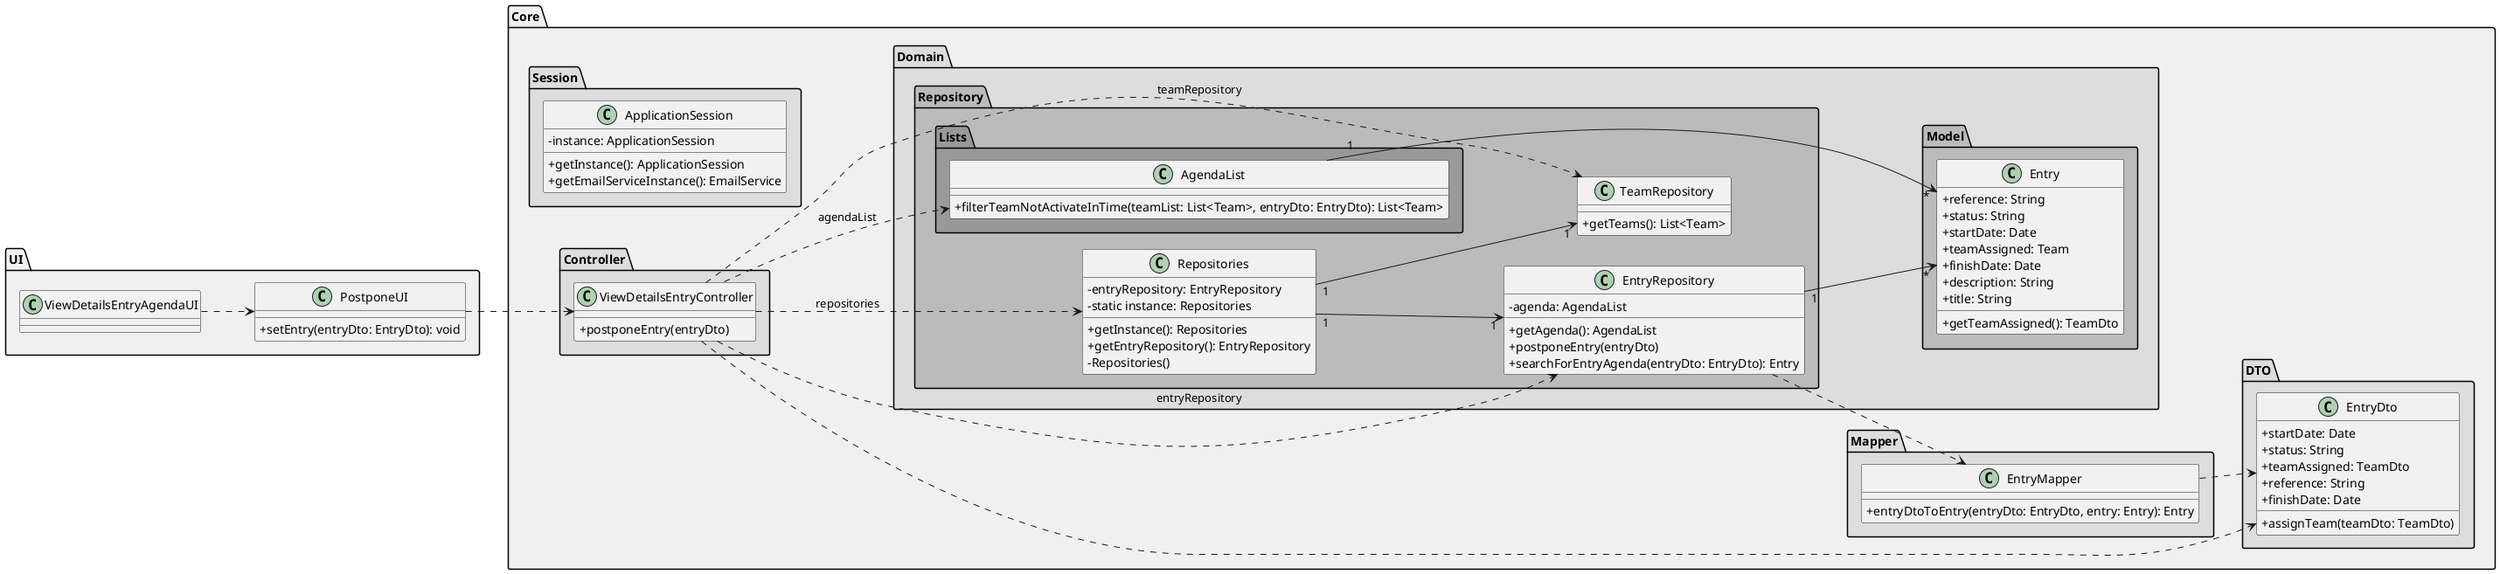
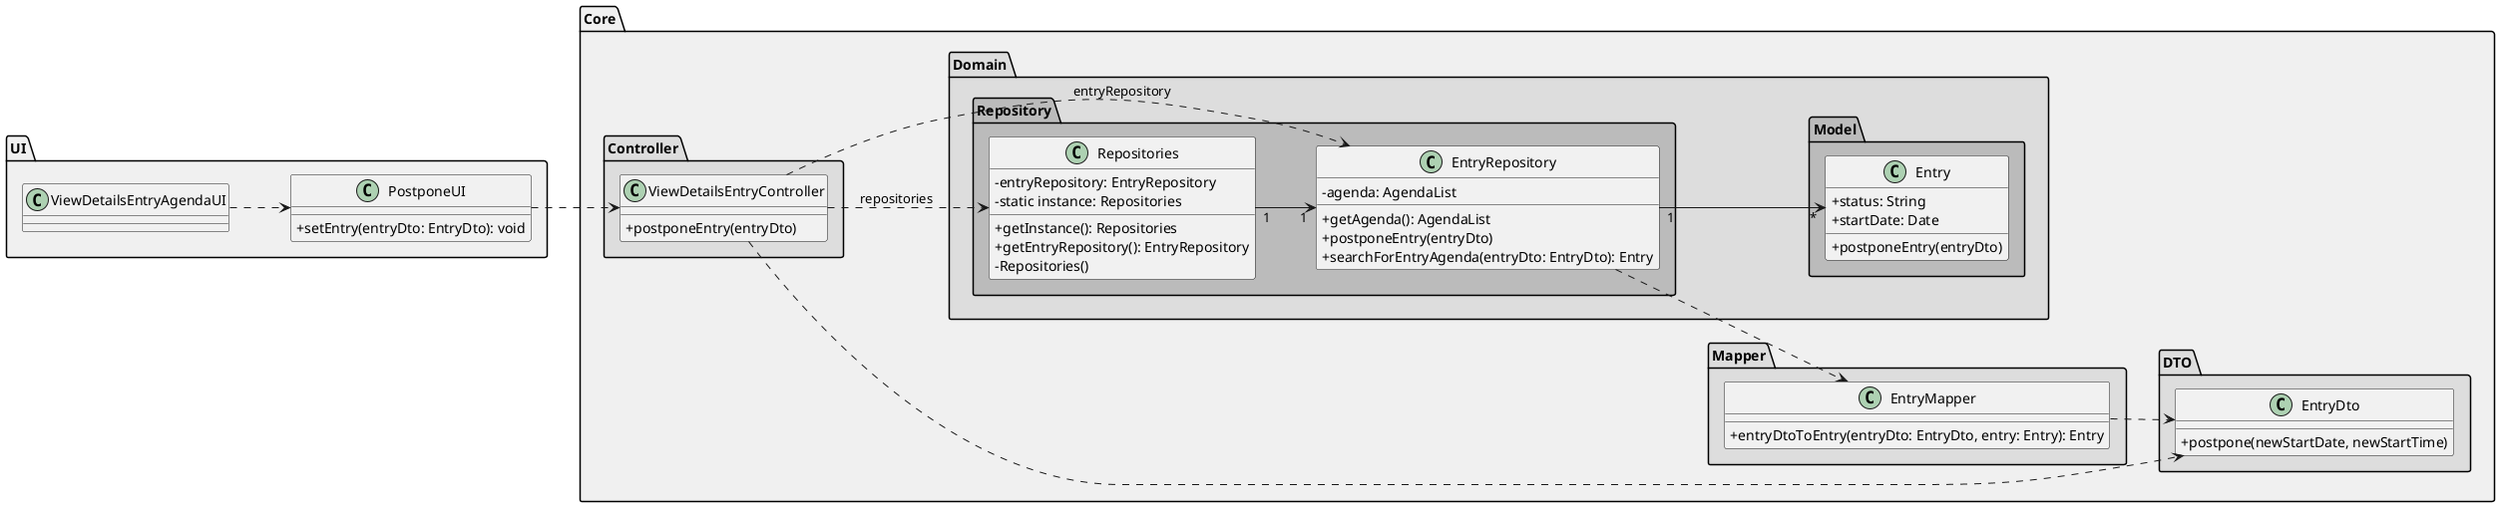
@startuml
skinparam shadowing false
skinparam classAttributeIconSize 0

left to right direction

package "UI" #f0f0f0{
    class ViewDetailsEntryAgendaUI {
    }

    class PostponeUI {
        +setEntry(entryDto: EntryDto): void
    }
}

package "Core" #f0f0f0{




- package "Session" #ddd {
-     class ApplicationSession {
-         - instance: ApplicationSession
-         + getInstance(): ApplicationSession
-         + getEmailServiceInstance(): EmailService
-     }
- }
+ 

    package "Controller" #dddddd{

        class ViewDetailsEntryController {
            +postponeEntry(entryDto)

        }

    }

    package "Mapper" #dddddd{



            class EntryMapper {
                +entryDtoToEntry(entryDto: EntryDto, entry: Entry): Entry

            }
        }

        package "DTO" #dddddd{

            class EntryDto {
-                 +startDate: Date
-                 +status: String
-                 +teamAssigned: TeamDto
-                 +reference: String
-                 +finishDate: Date
-                 + assignTeam(teamDto: TeamDto)
+                 +postpone(newStartDate, newStartTime)
            }


        }

    package "Domain" #dddddd{


        package "Repository" #bbbbbb{

            class Repositories {
                - entryRepository: EntryRepository
                - static instance: Repositories
                + getInstance(): Repositories
                + getEntryRepository(): EntryRepository
                - Repositories()
            }

            class EntryRepository {
                - agenda: AgendaList
                + getAgenda(): AgendaList
                + postponeEntry(entryDto)
                + searchForEntryAgenda(entryDto: EntryDto): Entry
            }

-             class TeamRepository {
-                 + getTeams(): List<Team>
-             }

-             package "Lists" #999{
-                 class AgendaList {
-                     + filterTeamNotActivateInTime(teamList: List<Team>, entryDto: EntryDto): List<Team>
-                 }
-             }
+ 
+ 
        }

        package "Model" #bbbbbb{

            class Entry {
-                 +reference: String
+ 
                +status: String
                +startDate: Date
-                 +teamAssigned: Team
-                 +finishDate: Date
-                 +description: String
-                 +title: String
-                 +getTeamAssigned(): TeamDto
+                 +postponeEntry(entryDto)
            }


        }
    }
}


ViewDetailsEntryAgendaUI ..> PostponeUI
PostponeUI ..> ViewDetailsEntryController
ViewDetailsEntryController ..> Repositories : repositories
ViewDetailsEntryController ..> EntryRepository : entryRepository
- ViewDetailsEntryController ..> TeamRepository : teamRepository
- ViewDetailsEntryController ..> AgendaList : agendaList
+ 
+ 

ViewDetailsEntryController ..> EntryDto
EntryRepository ..> EntryMapper




EntryRepository "1" --> "*" Entry
- Repositories "1" --> "1" TeamRepository
+ 
Repositories "1" --> "1" EntryRepository
- AgendaList "1" --> "*" Entry
+ 
EntryMapper ..> EntryDto


@enduml
